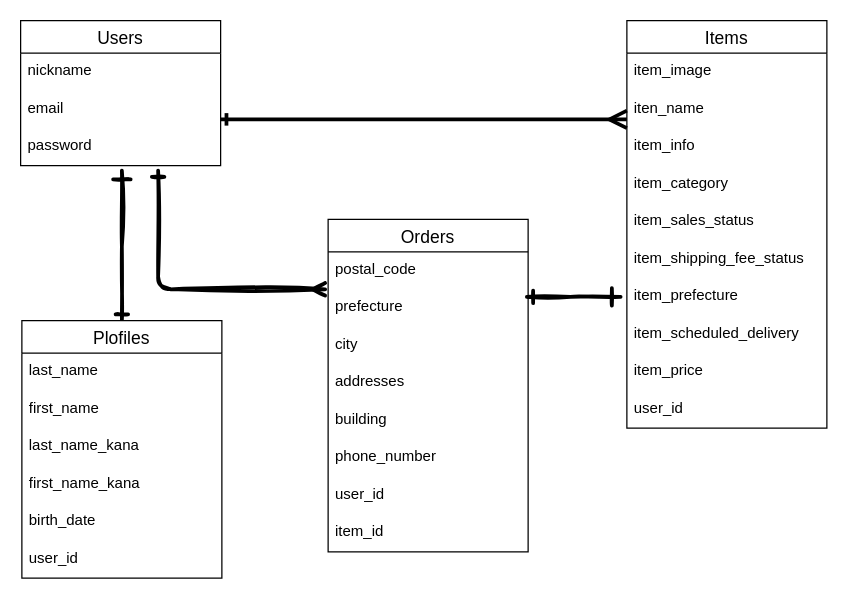
Above: mks-ER.dio in masamizum/furima-kagawa2021-TMS (draw.io), before the change. Source tidied: cells renumbered, new cells numbered last; positions are measured from the earlier drawing's top-left corner, leaving out a move shared by most shapes. Both pictures are drawn from the tidied source at 125%, with x=0, y=0 at pixel (20, 20).
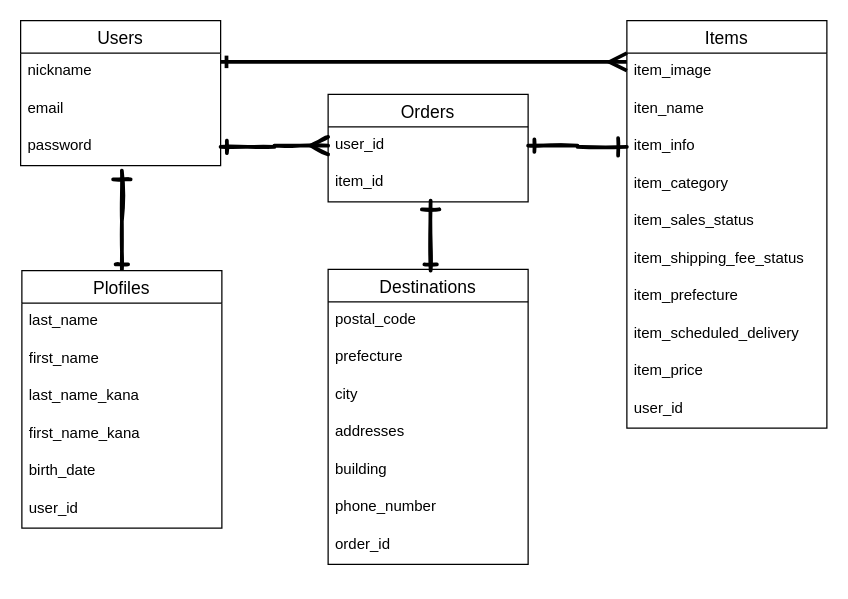
Above is the later version.

Commit message (it also covers changes not shown here):
ER図修正、integer→string、destinationテーブル追加

The change refers to these unchanged cells:
```xml
<mxCell id="4" value="email" style="text;strokeColor=none;fillColor=none;spacingLeft=4;spacingRight=4;overflow=hidden;points=[[0,0.5],[1,0.5]];portConstraint=eastwest;fontSize=12;" parent="2" vertex="1">
  <mxGeometry y="56" width="160" height="30" as="geometry" />
</mxCell>
<mxCell id="5" value="password" style="text;strokeColor=none;fillColor=none;spacingLeft=4;spacingRight=4;overflow=hidden;points=[[0,0.5],[1,0.5]];portConstraint=eastwest;fontSize=12;" parent="2" vertex="1">
  <mxGeometry y="86" width="160" height="30" as="geometry" />
</mxCell>
<mxCell id="9" value="item_info" style="text;strokeColor=none;fillColor=none;spacingLeft=4;spacingRight=4;overflow=hidden;points=[[0,0.5],[1,0.5]];portConstraint=eastwest;fontSize=12;" parent="6" vertex="1">
  <mxGeometry y="86" width="160" height="30" as="geometry" />
</mxCell>
```

Change to the diagram source:
```diff
@@
     <mxCell id="17" value="Orders" style="swimlane;fontStyle=0;horizontal=1;startSize=26;align=center;fontSize=14;" parent="1" vertex="1">
-      <mxGeometry x="246" y="159" width="160" height="266" as="geometry" />
+      <mxGeometry x="246" y="59" width="160" height="86" as="geometry" />
     </mxCell>
-    <mxCell id="18" value="postal_code" style="text;strokeColor=none;fillColor=none;spacingLeft=4;spacingRight=4;overflow=hidden;points=[[0,0.5],[1,0.5]];portConstraint=eastwest;fontSize=12;" parent="17" vertex="1">
-      <mxGeometry y="26" width="160" height="30" as="geometry" />
-    </mxCell>
-    <mxCell id="19" value="prefecture" style="text;strokeColor=none;fillColor=none;spacingLeft=4;spacingRight=4;overflow=hidden;fontSize=12;" parent="17" vertex="1">
-      <mxGeometry y="56" width="160" height="30" as="geometry" />
-    </mxCell>
-    <mxCell id="20" value="city" style="text;strokeColor=none;fillColor=none;spacingLeft=4;spacingRight=4;overflow=hidden;fontSize=12;" parent="17" vertex="1">
-      <mxGeometry y="86" width="160" height="30" as="geometry" />
-    </mxCell>
-    <mxCell id="21" value="addresses" style="text;strokeColor=none;fillColor=none;spacingLeft=4;spacingRight=4;overflow=hidden;fontSize=12;" parent="17" vertex="1">
-      <mxGeometry y="116" width="160" height="30" as="geometry" />
-    </mxCell>
-    <mxCell id="22" value="building" style="text;strokeColor=none;fillColor=none;spacingLeft=4;spacingRight=4;overflow=hidden;fontSize=12;" parent="17" vertex="1">
-      <mxGeometry y="146" width="160" height="30" as="geometry" />
-    </mxCell>
-    <mxCell id="23" value="phone_number" style="text;strokeColor=none;fillColor=none;spacingLeft=4;spacingRight=4;overflow=hidden;fontSize=12;" parent="17" vertex="1">
-      <mxGeometry y="176" width="160" height="30" as="geometry" />
-    </mxCell>
     <mxCell id="24" value="user_id" style="text;strokeColor=none;fillColor=none;spacingLeft=4;spacingRight=4;overflow=hidden;points=[[0,0.5],[1,0.5]];portConstraint=eastwest;fontSize=12;" parent="17" vertex="1">
-      <mxGeometry y="206" width="160" height="30" as="geometry" />
+      <mxGeometry y="26" width="160" height="30" as="geometry" />
     </mxCell>
     <mxCell id="25" value="item_id" style="text;strokeColor=none;fillColor=none;spacingLeft=4;spacingRight=4;overflow=hidden;fontSize=12;" parent="17" vertex="1">
-      <mxGeometry y="236" width="160" height="30" as="geometry" />
+      <mxGeometry y="56" width="160" height="30" as="geometry" />
     </mxCell>
-    <mxCell id="26" style="edgeStyle=orthogonalEdgeStyle;rounded=1;sketch=0;jettySize=auto;html=1;exitX=0.998;exitY=0.757;exitDx=0;exitDy=0;curved=1;startArrow=ERone;startFill=0;endArrow=ERmany;endFill=0;strokeWidth=3;endSize=10;exitPerimeter=0;" parent="1" edge="1" source="4">
+    <mxCell id="26" style="edgeStyle=orthogonalEdgeStyle;rounded=1;sketch=0;orthogonalLoop=1;jettySize=auto;html=1;exitX=0.998;exitY=0.757;exitDx=0;exitDy=0;curved=1;startArrow=ERone;startFill=0;endArrow=ERmany;endFill=0;strokeWidth=3;endSize=10;exitPerimeter=0;" parent="1" edge="1">
       <mxGeometry relative="1" as="geometry">
-        <mxPoint x="485" y="79" as="targetPoint" />
+        <mxPoint x="159.7" y="32.7" as="sourcePoint" />
+        <mxPoint x="485" y="33" as="targetPoint" />
         <Array as="points">
-          <mxPoint x="485" y="79" />
+          <mxPoint x="485" y="33" />
         </Array>
       </mxGeometry>
     </mxCell>
-    <mxCell id="27" style="edgeStyle=orthogonalEdgeStyle;rounded=1;sketch=1;jettySize=auto;html=1;exitX=-0.015;exitY=0.998;exitDx=0;exitDy=0;endArrow=ERone;endFill=0;startArrow=ERmany;startFill=0;strokeWidth=3;exitPerimeter=0;" parent="1" edge="1" source="18">
-      <mxGeometry relative="1" as="geometry">
-        <mxPoint x="110" y="120" as="targetPoint" />
-        <Array as="points">
-          <mxPoint x="110" y="215" />
-        </Array>
-      </mxGeometry>
-    </mxCell>
@@
     <mxCell id="29" value="Plofiles" style="swimlane;fontStyle=0;horizontal=1;startSize=26;align=center;fontSize=14;" parent="1" vertex="1">
-      <mxGeometry x="1" y="240" width="160" height="206" as="geometry" />
+      <mxGeometry x="1" y="200" width="160" height="206" as="geometry" />
     </mxCell>
@@
-    <mxCell id="36" style="edgeStyle=orthogonalEdgeStyle;rounded=0;sketch=1;jumpSize=10;orthogonalLoop=1;jettySize=auto;html=1;startArrow=ERone;startFill=0;endArrow=ERone;endFill=0;endSize=10;strokeWidth=3;fontStyle=1;" parent="1" edge="1">
-      <mxGeometry relative="1" as="geometry">
-        <mxPoint x="405" y="221" as="sourcePoint" />
-        <mxPoint x="480" y="221" as="targetPoint" />
-        <Array as="points">
-          <mxPoint x="440" y="221" />
-          <mxPoint x="440" y="221" />
-        </Array>
-      </mxGeometry>
-    </mxCell>
+    <mxCell id="37" value="Destinations" style="swimlane;fontStyle=0;horizontal=1;startSize=26;align=center;fontSize=14;" parent="1" vertex="1">
+      <mxGeometry x="246" y="199" width="160" height="236" as="geometry" />
+    </mxCell>
+    <mxCell id="18" value="postal_code" style="text;strokeColor=none;fillColor=none;spacingLeft=4;spacingRight=4;overflow=hidden;points=[[0,0.5],[1,0.5]];portConstraint=eastwest;fontSize=12;" parent="37" vertex="1">
+      <mxGeometry y="26" width="160" height="30" as="geometry" />
+    </mxCell>
+    <mxCell id="19" value="prefecture" style="text;strokeColor=none;fillColor=none;spacingLeft=4;spacingRight=4;overflow=hidden;fontSize=12;" parent="37" vertex="1">
+      <mxGeometry y="56" width="160" height="30" as="geometry" />
+    </mxCell>
+    <mxCell id="20" value="city" style="text;strokeColor=none;fillColor=none;spacingLeft=4;spacingRight=4;overflow=hidden;fontSize=12;" parent="37" vertex="1">
+      <mxGeometry y="86" width="160" height="30" as="geometry" />
+    </mxCell>
+    <mxCell id="21" value="addresses" style="text;strokeColor=none;fillColor=none;spacingLeft=4;spacingRight=4;overflow=hidden;fontSize=12;" parent="37" vertex="1">
+      <mxGeometry y="116" width="160" height="30" as="geometry" />
+    </mxCell>
+    <mxCell id="22" value="building" style="text;strokeColor=none;fillColor=none;spacingLeft=4;spacingRight=4;overflow=hidden;fontSize=12;" parent="37" vertex="1">
+      <mxGeometry y="146" width="160" height="30" as="geometry" />
+    </mxCell>
+    <mxCell id="23" value="phone_number" style="text;strokeColor=none;fillColor=none;spacingLeft=4;spacingRight=4;overflow=hidden;fontSize=12;" parent="37" vertex="1">
+      <mxGeometry y="176" width="160" height="30" as="geometry" />
+    </mxCell>
+    <mxCell id="38" value="order_id" style="text;strokeColor=none;fillColor=none;spacingLeft=4;spacingRight=4;overflow=hidden;fontSize=12;" parent="37" vertex="1">
+      <mxGeometry y="206" width="160" height="30" as="geometry" />
+    </mxCell>
+    <mxCell id="39" style="edgeStyle=orthogonalEdgeStyle;rounded=0;sketch=1;jumpSize=10;jettySize=auto;html=1;exitX=1;exitY=0.5;exitDx=0;exitDy=0;entryX=0;entryY=0.5;entryDx=0;entryDy=0;startArrow=ERone;startFill=0;endArrow=ERone;endFill=0;endSize=10;strokeWidth=3;" parent="1" edge="1" source="24" target="9">
+      <mxGeometry relative="1" as="geometry" />
+    </mxCell>
+    <mxCell id="40" style="edgeStyle=orthogonalEdgeStyle;rounded=0;sketch=1;jumpSize=10;jettySize=auto;html=1;exitX=1;exitY=0.5;exitDx=0;exitDy=0;entryX=0;entryY=0.5;entryDx=0;entryDy=0;startArrow=ERone;startFill=0;endArrow=ERmany;endFill=0;endSize=10;strokeWidth=3;" parent="1" edge="1" source="5" target="24">
+      <mxGeometry relative="1" as="geometry" />
+    </mxCell>
+    <mxCell id="41" style="edgeStyle=orthogonalEdgeStyle;rounded=0;sketch=1;jumpSize=10;orthogonalLoop=1;jettySize=auto;html=1;startArrow=ERone;startFill=0;endArrow=ERone;endFill=0;endSize=10;strokeWidth=3;" parent="1" edge="1">
+      <mxGeometry relative="1" as="geometry">
+        <mxPoint x="328" y="200" as="sourcePoint" />
+        <mxPoint x="328" y="144" as="targetPoint" />
+      </mxGeometry>
+    </mxCell>
```
